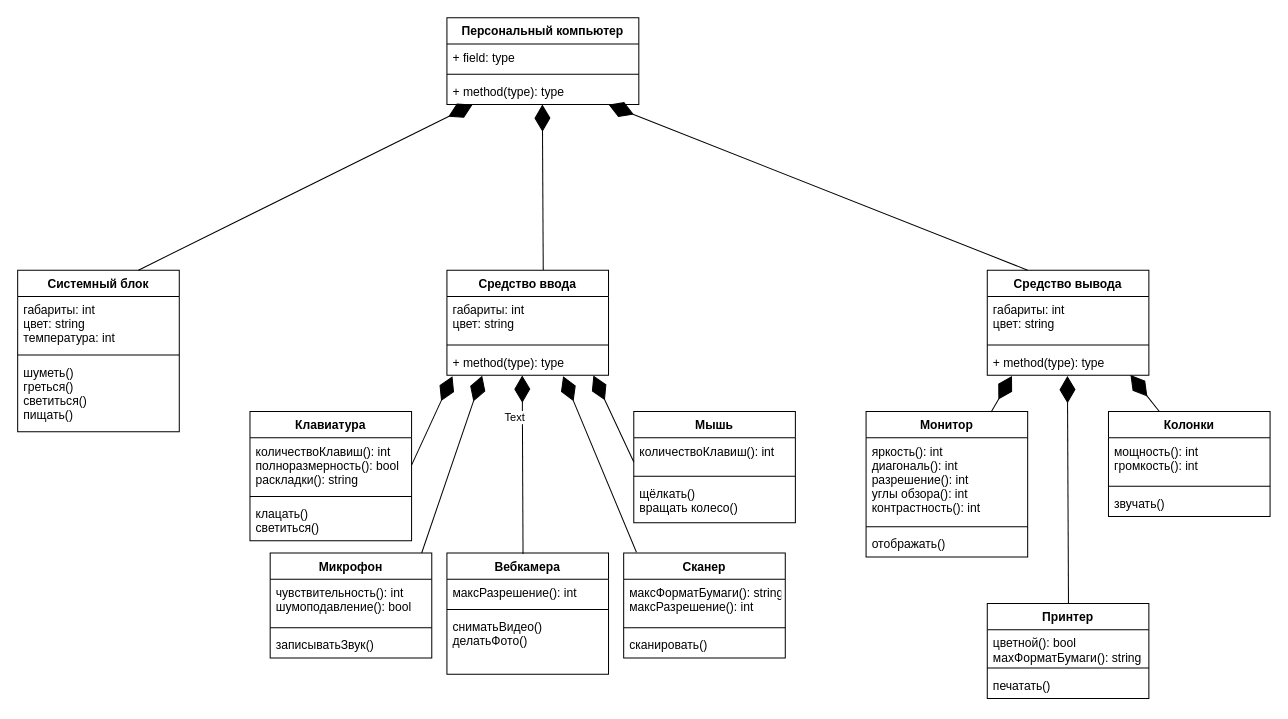
This is Классы Персональный компьютер.drawio from Mansurov512/OOP_DZ, a draw.io file, before an edit. Source tidied: cells renumbered, new cells numbered last; positions are measured from the earlier drawing's top-left corner, leaving out a move shared by most shapes. Both pictures are drawn from the tidied source at 101%, with x=0, y=0 at pixel (17, 17).
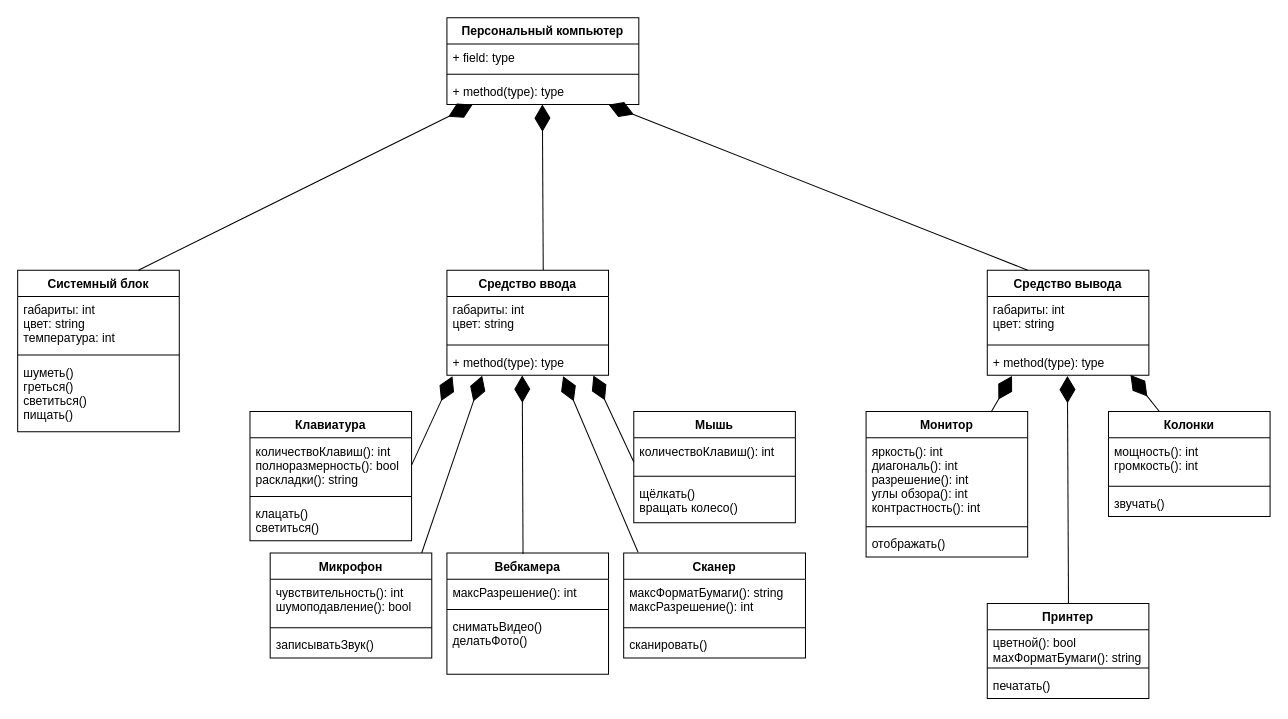
Above is the later version.

Commit message:
Правки оформления

The change refers to these unchanged cells:
```xml
<mxCell id="52" style="endArrow=diamondThin;endFill=1;endSize=24;html=1;rounded=0;exitX=0.471;exitY=0.009;exitDx=0;exitDy=0;entryX=0.466;entryY=1.011;entryDx=0;entryDy=0;entryPerimeter=0;exitPerimeter=0;" parent="1" edge="1" source="10" target="29">
  <mxGeometry relative="1" as="geometry" />
</mxCell>
```

What changed in the source:
```diff
@@
     <mxCell id="42" value="Сканер" style="swimlane;fontStyle=1;align=center;verticalAlign=top;horizontal=1;startSize=26;" parent="1" vertex="1">
-      <mxGeometry x="600" y="530" width="160" height="104" as="geometry" />
+      <mxGeometry x="600" y="530" width="180" height="104" as="geometry" />
     </mxCell>
     <mxCell id="43" value="максФорматБумаги(): string&#10;максРазрешение(): int" style="text;strokeColor=none;fillColor=none;align=left;verticalAlign=top;spacingLeft=4;spacingRight=4;overflow=hidden;" parent="42" vertex="1">
-      <mxGeometry y="26" width="160" height="44" as="geometry" />
+      <mxGeometry y="26" width="180" height="44" as="geometry" />
     </mxCell>
     <mxCell id="44" style="line;strokeWidth=1;fillColor=none;align=left;verticalAlign=middle;spacingTop=-1;spacingLeft=3;spacingRight=3;labelPosition=right;" parent="42" vertex="1">
-      <mxGeometry y="70" width="160" height="8" as="geometry" />
+      <mxGeometry y="70" width="180" height="8" as="geometry" />
     </mxCell>
     <mxCell id="45" value="сканировать()" style="text;strokeColor=none;fillColor=none;align=left;verticalAlign=top;spacingLeft=4;spacingRight=4;overflow=hidden;" parent="42" vertex="1">
-      <mxGeometry y="78" width="160" height="26" as="geometry" />
+      <mxGeometry y="78" width="180" height="26" as="geometry" />
     </mxCell>
@@
-    <mxCell id="53" value="Text" style="edgeLabel;html=1;align=center;verticalAlign=middle;" parent="52" vertex="1">
-      <mxGeometry x="0.54" y="8" relative="1" as="geometry" />
-    </mxCell>
```
